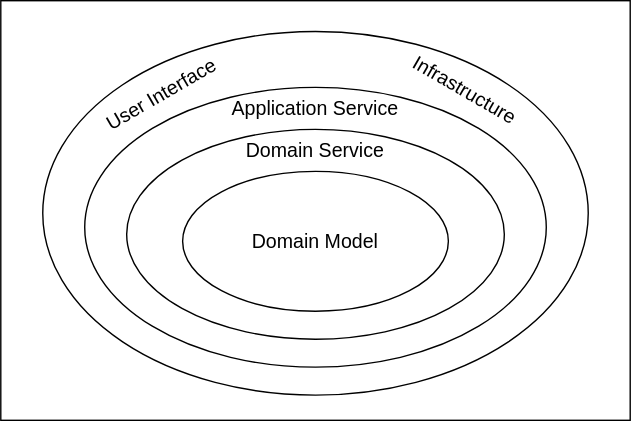
The draw.io diagram Documents/Design/オニオンアーキテクチャ.svg in bosssanovar/WindowsApp_Template_202404, before a commit. Source tidied: cells renumbered, new cells last; positions are measured from the earlier drawing's top-left corner, leaving out a move shared by most shapes. The source it was exported from:
```xml
<mxGraphModel>
  <root>
    <mxCell id="0" />
    <mxCell id="1" parent="0" />
    <mxCell id="2" style="rounded=0;whiteSpace=wrap;html=1;fontSize=14;" parent="1" vertex="1">
      <mxGeometry width="450" height="300" as="geometry" />
    </mxCell>
    <mxCell id="3" value="&lt;font color=&quot;#000000&quot; style=&quot;font-size: 14px;&quot;&gt;&lt;br style=&quot;font-size: 14px;&quot;&gt;&lt;/font&gt;" style="ellipse;whiteSpace=wrap;html=1;strokeColor=#000000;strokeWidth=1;fontColor=#009900;fillColor=#FFFFFF;verticalAlign=top;fontSize=14;" parent="1" vertex="1">
      <mxGeometry x="30" y="22" width="390" height="260" as="geometry" />
    </mxCell>
    <mxCell id="4" value="&lt;font color=&quot;#000000&quot; style=&quot;font-size: 14px;&quot;&gt;Application Service&lt;br style=&quot;font-size: 14px;&quot;&gt;&lt;br style=&quot;font-size: 14px;&quot;&gt;&lt;/font&gt;" style="ellipse;whiteSpace=wrap;html=1;strokeColor=#000000;strokeWidth=1;fontColor=#009900;fillColor=#FFFFFF;verticalAlign=top;fontSize=14;" parent="1" vertex="1">
      <mxGeometry x="60" y="62" width="330" height="200" as="geometry" />
    </mxCell>
    <mxCell id="5" value="&lt;font color=&quot;#000000&quot; style=&quot;font-size: 14px;&quot;&gt;Domain Service&lt;br style=&quot;font-size: 14px;&quot;&gt;&lt;br style=&quot;font-size: 14px;&quot;&gt;&lt;/font&gt;" style="ellipse;whiteSpace=wrap;html=1;strokeColor=#000000;strokeWidth=1;fontColor=#009900;fillColor=#FFFFFF;verticalAlign=top;fontSize=14;" parent="1" vertex="1">
      <mxGeometry x="90" y="92" width="270" height="150" as="geometry" />
    </mxCell>
    <mxCell id="6" value="&lt;font color=&quot;#000000&quot; style=&quot;font-size: 14px;&quot;&gt;Domain Model&lt;/font&gt;" style="ellipse;whiteSpace=wrap;html=1;strokeColor=#000000;strokeWidth=1;fontColor=#009900;fillColor=#FFFFFF;fontSize=14;" parent="1" vertex="1">
      <mxGeometry x="130" y="122" width="190" height="100" as="geometry" />
    </mxCell>
    <mxCell id="7" value="User Interface" style="text;html=1;strokeColor=none;fillColor=none;align=center;verticalAlign=middle;whiteSpace=wrap;rounded=0;strokeWidth=1;fontColor=#000000;fontSize=14;rotation=-30;" parent="1" vertex="1">
      <mxGeometry x="60" y="52" width="110" height="30" as="geometry" />
    </mxCell>
    <mxCell id="8" value="Infrastructure" style="text;html=1;strokeColor=none;fillColor=none;align=center;verticalAlign=middle;whiteSpace=wrap;rounded=0;strokeWidth=1;fontColor=#000000;fontSize=14;rotation=30;" parent="1" vertex="1">
      <mxGeometry x="277" y="49" width="110" height="30" as="geometry" />
    </mxCell>
  </root>
</mxGraphModel>
```
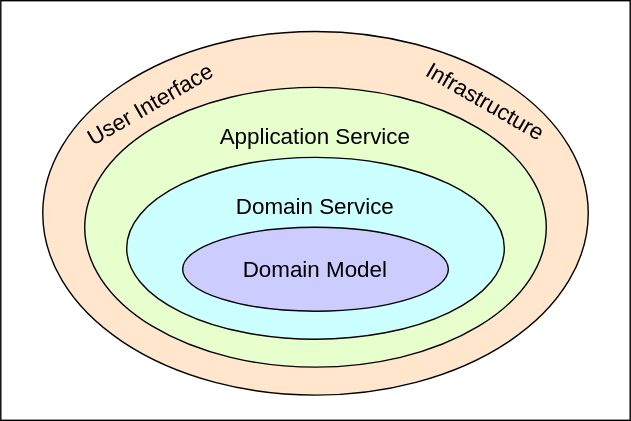
The same file after the commit.

Diff of the diagram source:
```diff
@@ -2,26 +2,26 @@
   <root>
     <mxCell id="0" />
     <mxCell id="1" parent="0" />
-    <mxCell id="2" style="rounded=0;whiteSpace=wrap;html=1;fontSize=14;" parent="1" vertex="1">
+    <mxCell id="2" style="rounded=0;whiteSpace=wrap;html=1;fontSize=16;fontColor=#000000;" parent="1" vertex="1">
       <mxGeometry width="450" height="300" as="geometry" />
     </mxCell>
-    <mxCell id="3" value="&lt;font color=&quot;#000000&quot; style=&quot;font-size: 14px;&quot;&gt;&lt;br style=&quot;font-size: 14px;&quot;&gt;&lt;/font&gt;" style="ellipse;whiteSpace=wrap;html=1;strokeColor=#000000;strokeWidth=1;fontColor=#009900;fillColor=#FFFFFF;verticalAlign=top;fontSize=14;" parent="1" vertex="1">
+    <mxCell id="3" value="&lt;font style=&quot;font-size: 16px;&quot;&gt;&lt;br style=&quot;font-size: 16px;&quot;&gt;&lt;/font&gt;" style="ellipse;whiteSpace=wrap;html=1;strokeColor=#000000;strokeWidth=1;fontColor=#000000;fillColor=#FFE6CC;verticalAlign=top;fontSize=16;" parent="1" vertex="1">
       <mxGeometry x="30" y="22" width="390" height="260" as="geometry" />
     </mxCell>
-    <mxCell id="4" value="&lt;font color=&quot;#000000&quot; style=&quot;font-size: 14px;&quot;&gt;Application Service&lt;br style=&quot;font-size: 14px;&quot;&gt;&lt;br style=&quot;font-size: 14px;&quot;&gt;&lt;/font&gt;" style="ellipse;whiteSpace=wrap;html=1;strokeColor=#000000;strokeWidth=1;fontColor=#009900;fillColor=#FFFFFF;verticalAlign=top;fontSize=14;" parent="1" vertex="1">
+    <mxCell id="4" value="&lt;font style=&quot;font-size: 16px;&quot;&gt;&lt;br&gt;Application Service&lt;br style=&quot;font-size: 16px;&quot;&gt;&lt;br style=&quot;font-size: 16px;&quot;&gt;&lt;/font&gt;" style="ellipse;whiteSpace=wrap;html=1;strokeColor=#000000;strokeWidth=1;fontColor=#000000;fillColor=#E6FFCC;verticalAlign=top;fontSize=16;" parent="1" vertex="1">
       <mxGeometry x="60" y="62" width="330" height="200" as="geometry" />
     </mxCell>
-    <mxCell id="5" value="&lt;font color=&quot;#000000&quot; style=&quot;font-size: 14px;&quot;&gt;Domain Service&lt;br style=&quot;font-size: 14px;&quot;&gt;&lt;br style=&quot;font-size: 14px;&quot;&gt;&lt;/font&gt;" style="ellipse;whiteSpace=wrap;html=1;strokeColor=#000000;strokeWidth=1;fontColor=#009900;fillColor=#FFFFFF;verticalAlign=top;fontSize=14;" parent="1" vertex="1">
-      <mxGeometry x="90" y="92" width="270" height="150" as="geometry" />
+    <mxCell id="5" value="&lt;font style=&quot;font-size: 16px;&quot;&gt;&lt;br&gt;Domain Service&lt;br style=&quot;font-size: 16px;&quot;&gt;&lt;br style=&quot;font-size: 16px;&quot;&gt;&lt;/font&gt;" style="ellipse;whiteSpace=wrap;html=1;strokeColor=#000000;strokeWidth=1;fontColor=#000000;fillColor=#CCFFFF;verticalAlign=top;fontSize=16;" parent="1" vertex="1">
+      <mxGeometry x="90" y="112" width="270" height="130" as="geometry" />
     </mxCell>
-    <mxCell id="6" value="&lt;font color=&quot;#000000&quot; style=&quot;font-size: 14px;&quot;&gt;Domain Model&lt;/font&gt;" style="ellipse;whiteSpace=wrap;html=1;strokeColor=#000000;strokeWidth=1;fontColor=#009900;fillColor=#FFFFFF;fontSize=14;" parent="1" vertex="1">
-      <mxGeometry x="130" y="122" width="190" height="100" as="geometry" />
+    <mxCell id="6" value="&lt;font style=&quot;font-size: 16px;&quot;&gt;Domain Model&lt;/font&gt;" style="ellipse;whiteSpace=wrap;html=1;strokeColor=#000000;strokeWidth=1;fontColor=#000000;fillColor=#CCCCFF;fontSize=16;" parent="1" vertex="1">
+      <mxGeometry x="130" y="162" width="190" height="60" as="geometry" />
     </mxCell>
-    <mxCell id="7" value="User Interface" style="text;html=1;strokeColor=none;fillColor=none;align=center;verticalAlign=middle;whiteSpace=wrap;rounded=0;strokeWidth=1;fontColor=#000000;fontSize=14;rotation=-30;" parent="1" vertex="1">
-      <mxGeometry x="60" y="52" width="110" height="30" as="geometry" />
+    <mxCell id="7" value="User Interface" style="text;html=1;strokeColor=none;fillColor=none;align=center;verticalAlign=middle;whiteSpace=wrap;rounded=0;strokeWidth=1;fontColor=#000000;fontSize=16;rotation=-30;" parent="1" vertex="1">
+      <mxGeometry x="52" y="59" width="110" height="30" as="geometry" />
     </mxCell>
-    <mxCell id="8" value="Infrastructure" style="text;html=1;strokeColor=none;fillColor=none;align=center;verticalAlign=middle;whiteSpace=wrap;rounded=0;strokeWidth=1;fontColor=#000000;fontSize=14;rotation=30;" parent="1" vertex="1">
-      <mxGeometry x="277" y="49" width="110" height="30" as="geometry" />
+    <mxCell id="8" value="Infrastructure" style="text;html=1;strokeColor=none;fillColor=none;align=center;verticalAlign=middle;whiteSpace=wrap;rounded=0;strokeWidth=1;fontColor=#000000;fontSize=16;rotation=30;" parent="1" vertex="1">
+      <mxGeometry x="292" y="57" width="110" height="30" as="geometry" />
     </mxCell>
   </root>
 </mxGraphModel>
```
